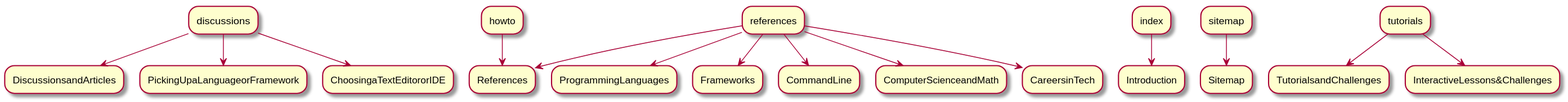
This is sitemap.svg from LearnTeachCode/code-coffee-compendium, a PlantUML export, as it was before one commit.
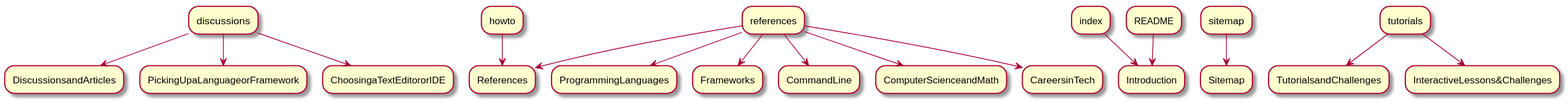
Later version of the same file.

Commit message:
Updated sitemap svg reference in sitemap.adoc

What changed in the source:
```diff
@@ -1,9 +1,11 @@
 @startuml
+hide empty description
 discussions -down-> DiscussionsandArticles
 discussions -down-> PickingUpaLanguageorFramework
 discussions -down-> ChoosingaTextEditororIDE
 howto -down-> References
 index -down-> Introduction
+README -down-> Introduction
 references -down-> References
 references -down-> ProgrammingLanguages
 references -down-> Frameworks
```
